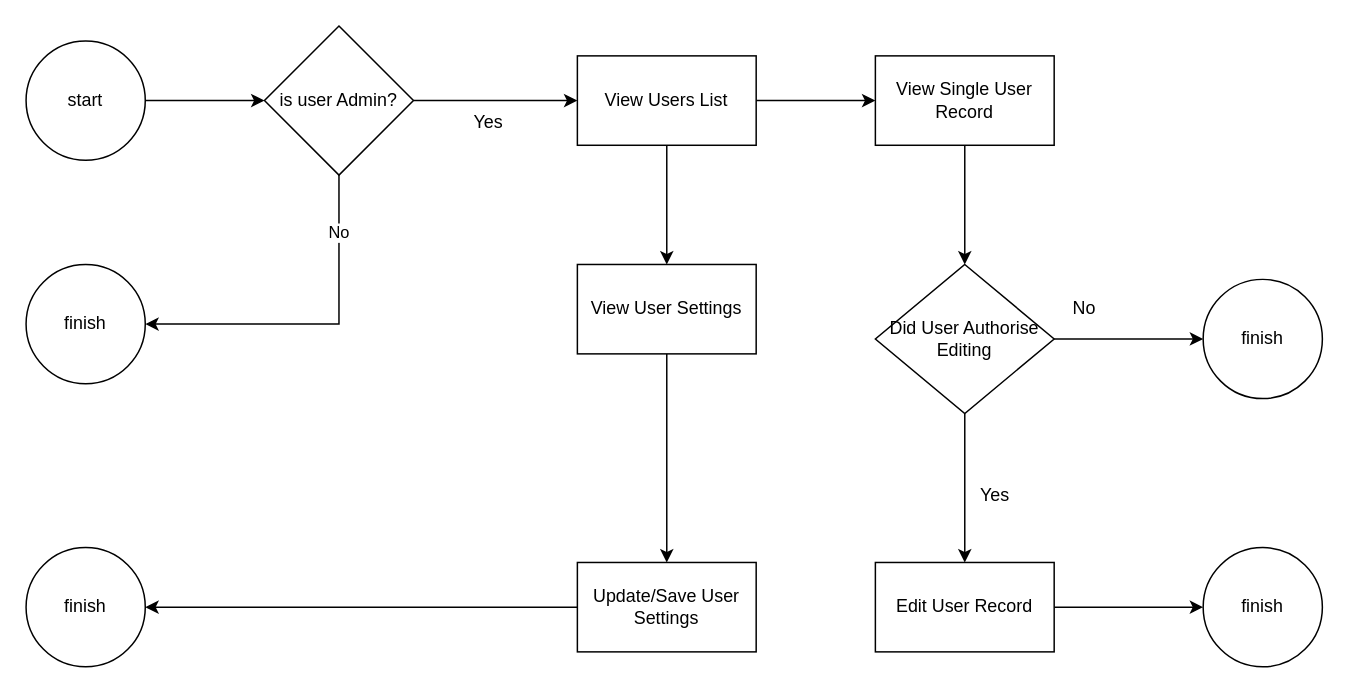
The draw.io diagram UserManagement.drawio in Mitch-mts/process-flows, before the edit. Source tidied: cells renumbered, new cells numbered last; positions are measured from the earlier drawing's top-left corner, leaving out a move shared by most shapes. Both pictures are drawn from the tidied source at 149%, with x=0, y=0 at pixel (25, 25).
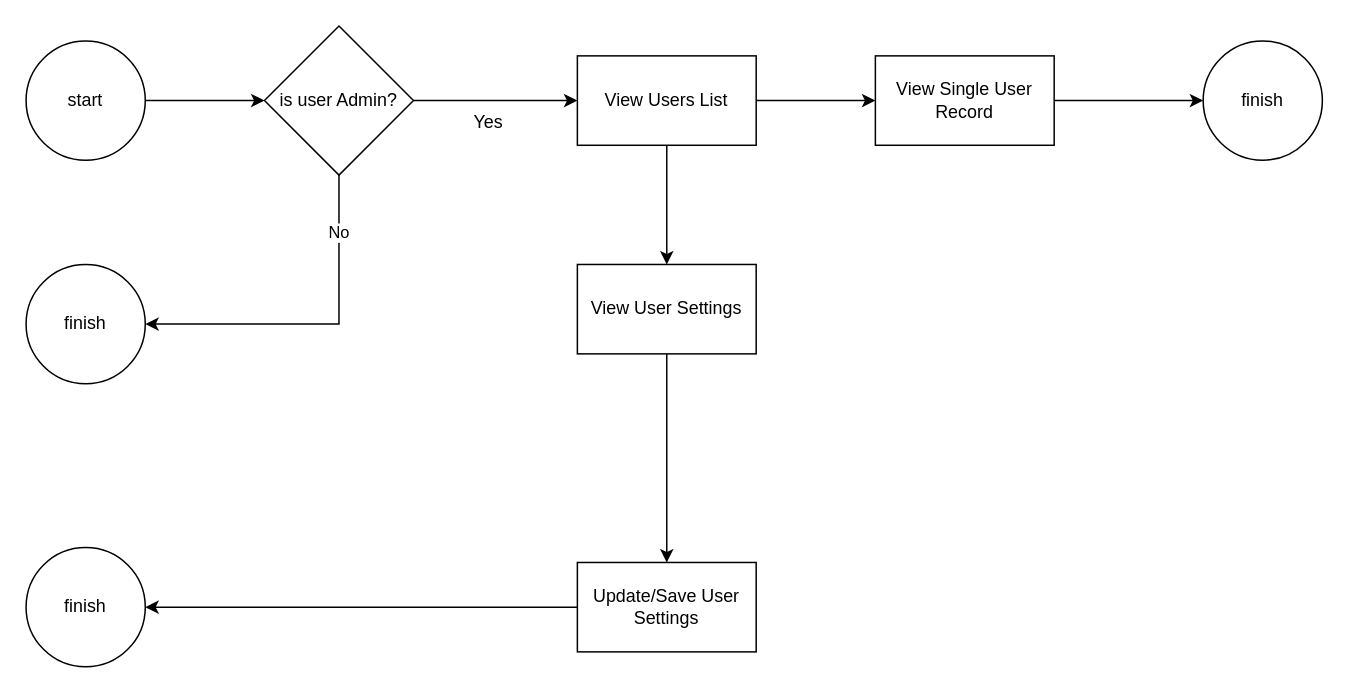
Above is the later version.

Commit message:
updated user managemnet process flow

Unchanged cells that the change refers to:
```xml
<mxCell id="14" value="View Single User Record " style="whiteSpace=wrap;html=1;" parent="1" vertex="1">
  <mxGeometry x="570" y="20" width="120" height="60" as="geometry" />
</mxCell>
```

What changed in the source:
```diff
@@
-    <mxCell id="13" style="edgeStyle=orthogonalEdgeStyle;rounded=0;jettySize=auto;html=1;" parent="1" edge="1" source="14" target="19">
+    <mxCell id="13" style="edgeStyle=orthogonalEdgeStyle;rounded=0;jettySize=auto;html=1;" parent="1" edge="1" source="14" target="23">
       <mxGeometry relative="1" as="geometry" />
     </mxCell>
@@
-    <mxCell id="17" style="edgeStyle=orthogonalEdgeStyle;rounded=0;jettySize=auto;html=1;" parent="1" edge="1" source="19" target="21">
-      <mxGeometry relative="1" as="geometry" />
-    </mxCell>
-    <mxCell id="18" style="edgeStyle=orthogonalEdgeStyle;rounded=0;jettySize=auto;html=1;" parent="1" edge="1" source="19" target="23">
-      <mxGeometry relative="1" as="geometry" />
-    </mxCell>
-    <mxCell id="19" value="Did User Authorise Editing" style="rhombus;whiteSpace=wrap;html=1;" parent="1" vertex="1">
-      <mxGeometry x="570" y="160" width="120" height="100" as="geometry" />
-    </mxCell>
-    <mxCell id="20" style="edgeStyle=orthogonalEdgeStyle;rounded=0;jettySize=auto;html=1;" parent="1" edge="1" source="21" target="28">
-      <mxGeometry relative="1" as="geometry" />
-    </mxCell>
-    <mxCell id="21" value="Edit User Record" style="whiteSpace=wrap;html=1;" parent="1" vertex="1">
-      <mxGeometry x="570" y="360" width="120" height="60" as="geometry" />
-    </mxCell>
-    <mxCell id="22" value="Yes" style="text;html=1;align=center;verticalAlign=middle;strokeColor=none;fillColor=none;" parent="1" vertex="1">
-      <mxGeometry x="630" y="300" width="40" height="30" as="geometry" />
-    </mxCell>
     <mxCell id="23" value="finish" style="ellipse;whiteSpace=wrap;html=1;" parent="1" vertex="1">
-      <mxGeometry x="790" y="170" width="80" height="80" as="geometry" />
+      <mxGeometry x="790" y="10" width="80" height="80" as="geometry" />
     </mxCell>
@@
-    <mxCell id="27" value="No" style="text;html=1;align=center;verticalAlign=middle;strokeColor=none;fillColor=none;" parent="1" vertex="1">
-      <mxGeometry x="690" y="175" width="40" height="30" as="geometry" />
-    </mxCell>
-    <mxCell id="28" value="finish" style="ellipse;whiteSpace=wrap;html=1;" parent="1" vertex="1">
-      <mxGeometry x="790" y="350" width="80" height="80" as="geometry" />
-    </mxCell>
```
